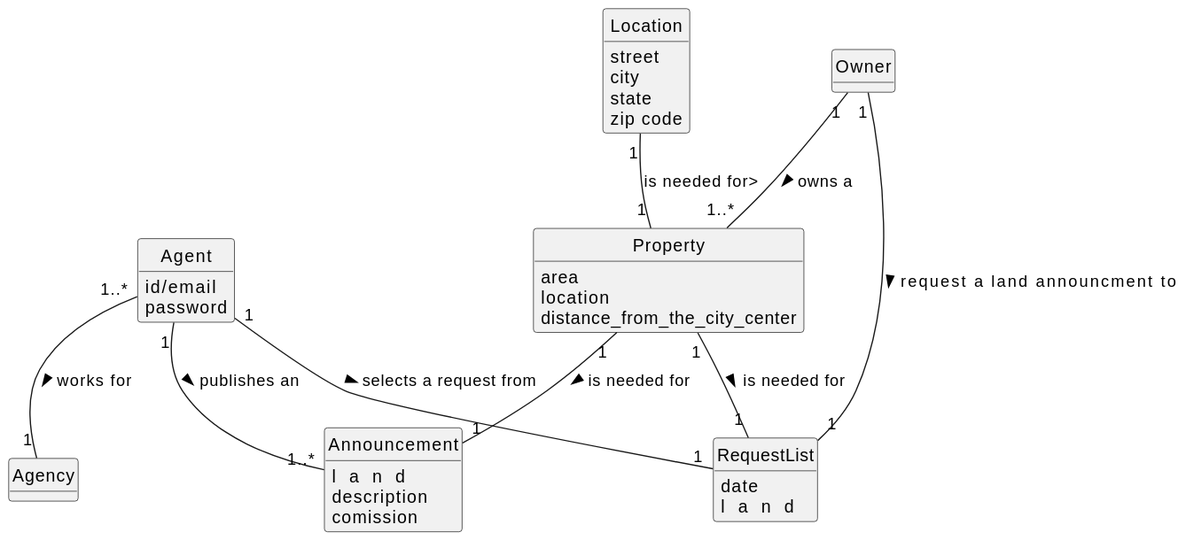
Above: docs/Sprint-C/US008/02.analysis/svg/us008-domain-model.svg in Rodrick0209/ISEP-LAPR2-22-23 (PlantUML), before the change.
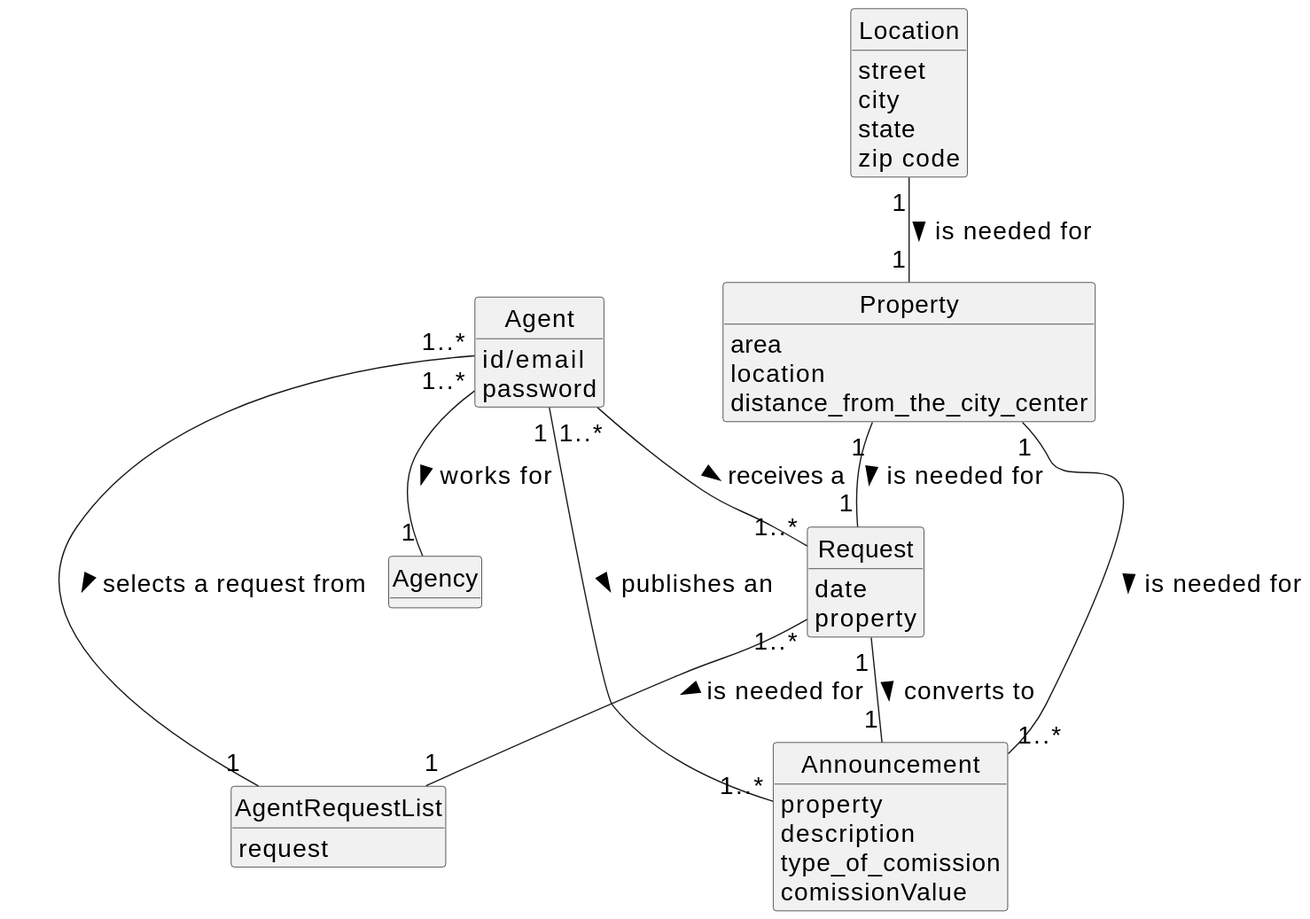
The same diagram one commit later.

The edit, as a diff of the source:
```diff
@@ -1,4 +1,5 @@
 @startuml
+skinparamlocked defaultFontSize 20
 skinparam packageStyle rectangle
 skinparam shadowing false
 
@@ -15,14 +16,16 @@
 password
 }
 
-class  RequestList{
+class  AgentRequestList{
+request
+
+}
+class Request{
 date
 property
 }
 
 
-class Owner {
-}
 class Location{
 street
 city
@@ -31,24 +34,26 @@
 }
 
 class Property {
-   area
-   location
-    distance_from_the_city_center
+ area
+ location
+  distance_from_the_city_center
 }
 
 class Announcement {
-  property
-    description
-    comission
-  }
+property
+  description
+         type_of_comission
+         comissionValue
+}
 
 Agent "1..*" -- "1" Agency : works for  >
-Owner "1" -- "1" RequestList: request a property announcment to >
-Agent "1" -- "1" RequestList: selects a request from >
-Property "1"-- "1"Announcement: is needed for  >
-Property "1"-- "1"RequestList: is needed for  >
-Owner "1" -- "1..*" Property : owns a >
-Location "1"--"1" Property : is needed for>
+Agent "1..*" -- "1..*" Request : receives a  >
+Agent "1..*" -- "1" AgentRequestList: selects a request from >
+Property "1"-- "1..*"Announcement: is needed for  >
+Property "1"-- "1"Request: is needed for  >
+Request "1..*"-- "1"AgentRequestList: is needed for  >
+Request "1"-- "1"Announcement: converts to  >
+Location "1"--"1" Property : is needed for >
 
 Agent "1" -- "1..*" Announcement : publishes an >
 @enduml
```
